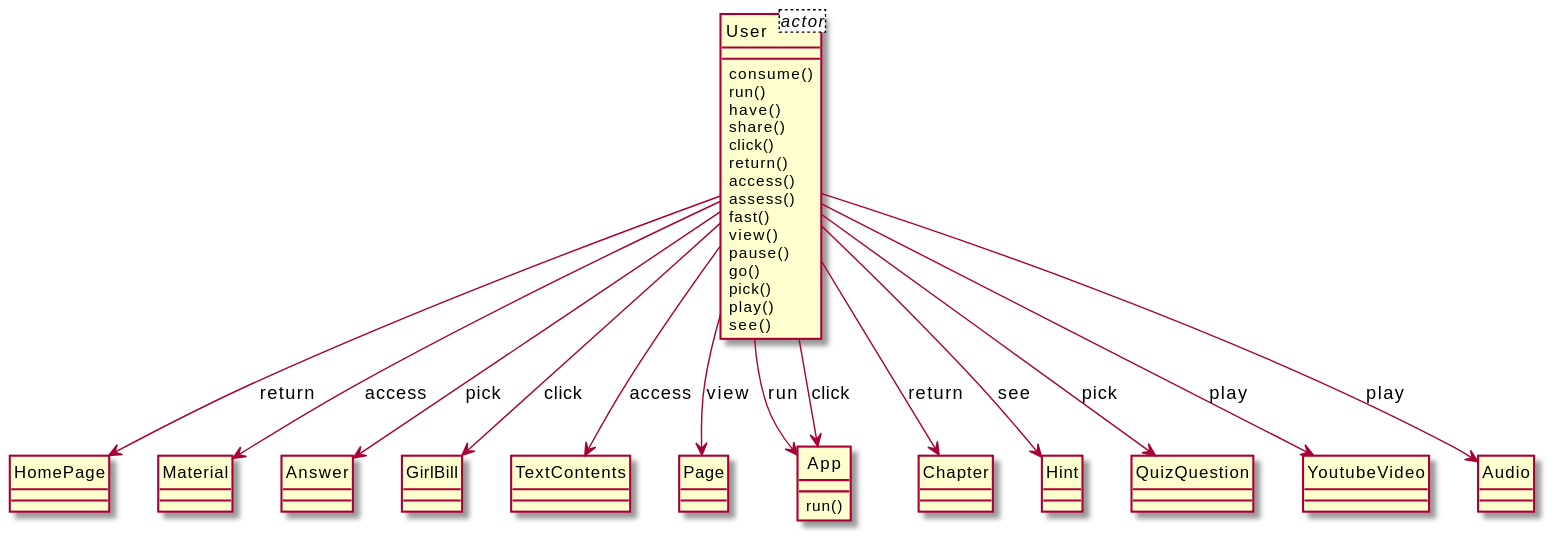
Before: output/diagram_5/2016-USC-Project03.svg, a diagram exported from PlantUML (xixixhalu/DomainModelExtractor).
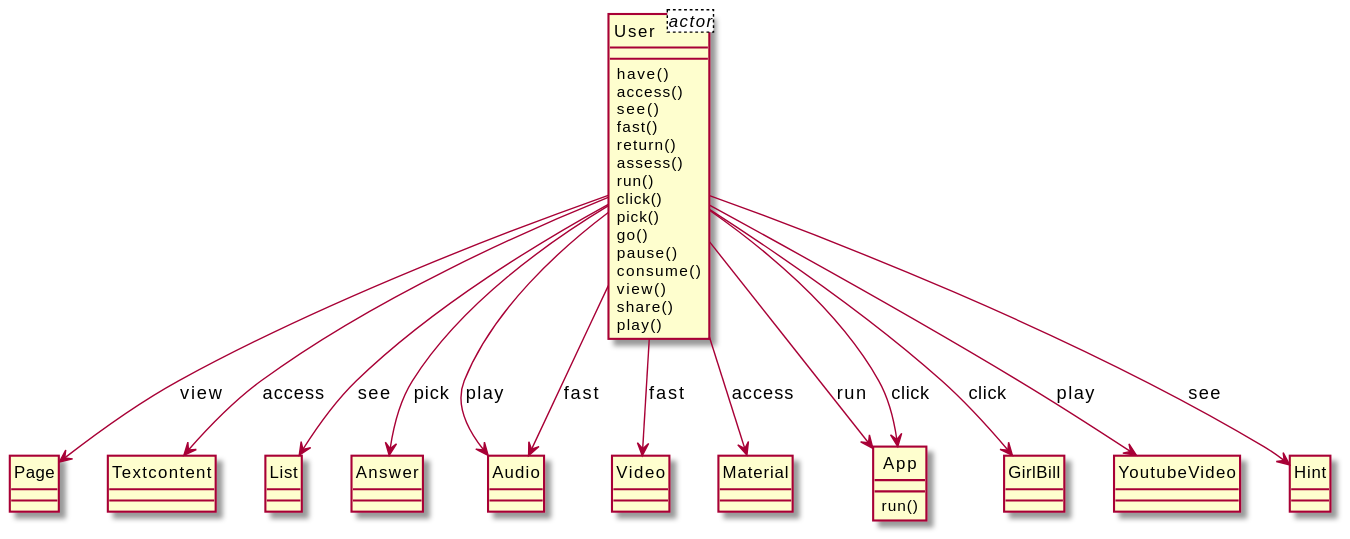
After the commit.

The edit, as a diff of the source:
```diff
@@ -3,58 +3,56 @@
 class User<actor> {
 }
 class User {
+	have()
+	access()
+	see()
+	fast()
+	return()
+	assess()
+	run()
+	click()
+	pick()
+	go()
+	pause()
 	consume()
-	run()
-	have()
+	view()
 	share()
-	click()
-	return()
-	access()
-	assess()
-	fast()
-	view()
-	pause()
-	go()
-	pick()
 	play()
-	see()
 }
-class HomePage {
+class Page {
 }
-class Material {
+class Textcontent {
+}
+class List {
 }
 class Answer {
 }
-class GirlBill {
+class Audio {
 }
-class TextContents {
+class Video {
 }
-class Page {
+class Material {
 }
 class App {
 	run()
 }
-class Chapter {
+class GirlBill {
+}
+class YoutubeVideo {
 }
 class Hint {
 }
-class QuizQuestion {
-}
-class YoutubeVideo {
-}
-class Audio {
-}
-User --> Chapter : return
-User --> Audio : play
-User --> QuizQuestion : pick
+User --> Hint : see
+User --> List : see
+User --> Video : fast
+User --> Page : view
+User --> GirlBill : click
 User --> Answer : pick
-User --> Page : view
-User --> HomePage : return
-User --> Hint : see
+User --> YoutubeVideo : play
 User --> App : run
-User --> GirlBill : click
-User --> YoutubeVideo : play
 User --> App : click
 User --> Material : access
-User --> TextContents : access
+User --> Textcontent : access
+User --> Audio : play
+User --> Audio : fast
 @enduml
```
